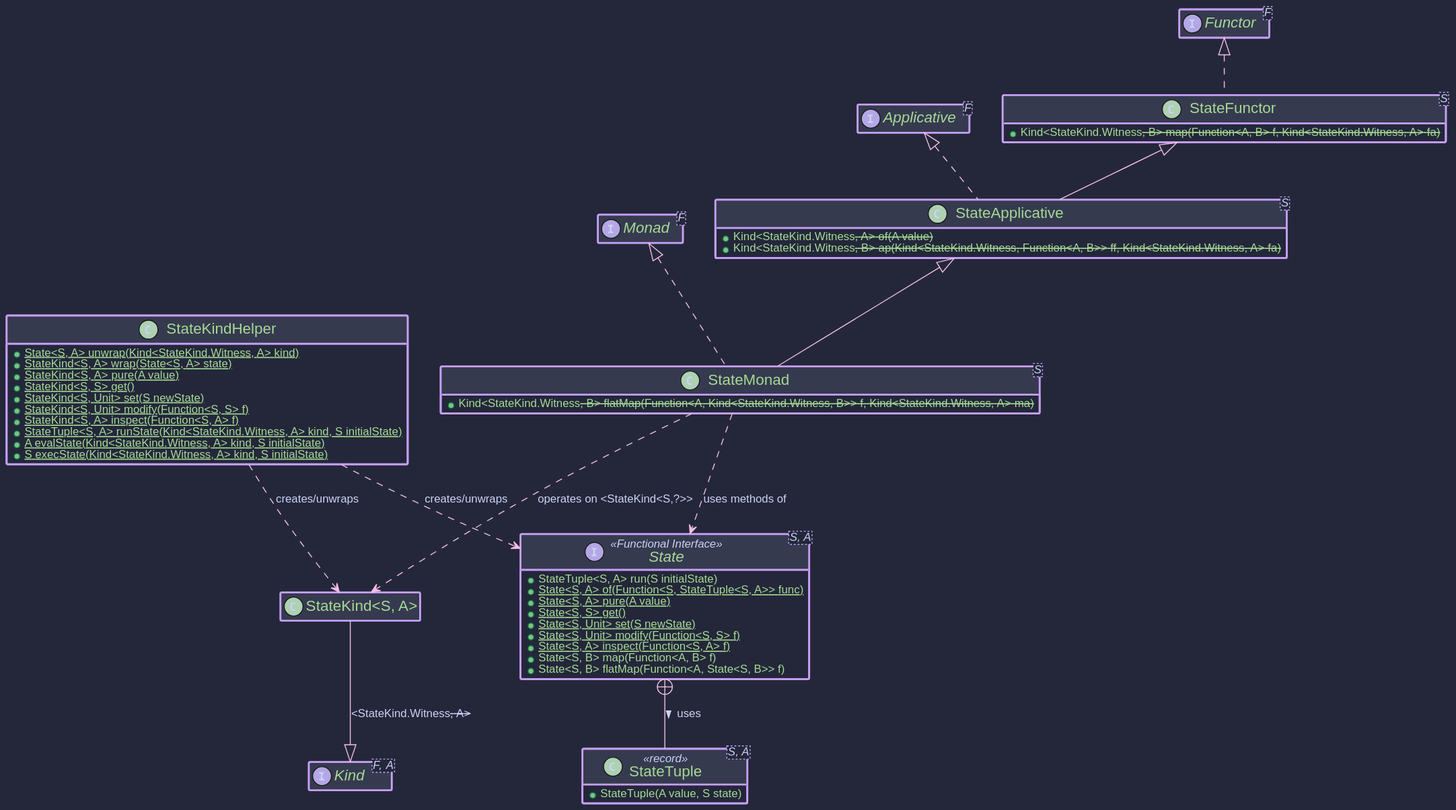
Earlier version of the PlantUML export hkj-book/src/images/puml/state_monad.svg (higher-kinded-j/higher-kinded-j).
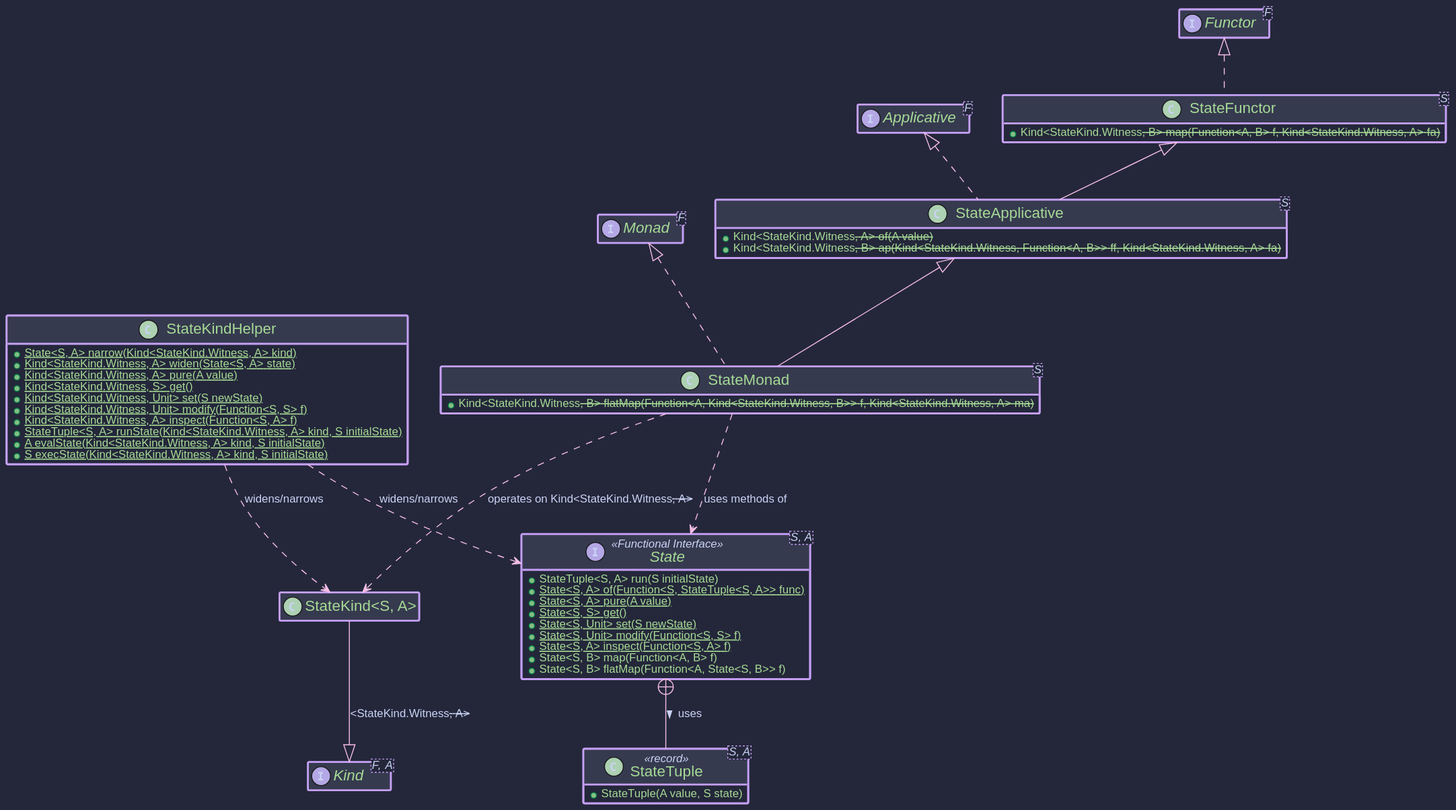
After the commit.

Diff of the diagram source:
```diff
@@ -30,13 +30,13 @@
 
 
 class StateKindHelper {
-  + {static} State<S, A> unwrap(Kind<StateKind.Witness<S>, A> kind)
-  + {static} StateKind<S, A> wrap(State<S, A> state)
-  + {static} StateKind<S, A> pure(A value)
-  + {static} StateKind<S, S> get()
-  + {static} StateKind<S, Unit> set(S newState)
-  + {static} StateKind<S, Unit> modify(Function<S, S> f)
-  + {static} StateKind<S, A> inspect(Function<S, A> f)
+  + {static} State<S, A> narrow(Kind<StateKind.Witness<S>, A> kind)
+  + {static} Kind<StateKind.Witness<S>, A> widen(State<S, A> state)
+  + {static} Kind<StateKind.Witness<S>, A> pure(A value)
+  + {static} Kind<StateKind.Witness<S>, S> get()
+  + {static} Kind<StateKind.Witness<S>, Unit> set(S newState)
+  + {static} Kind<StateKind.Witness<S>, Unit> modify(Function<S, S> f)
+  + {static} Kind<StateKind.Witness<S>, A> inspect(Function<S, A> f)
   + {static} StateTuple<S, A> runState(Kind<StateKind.Witness<S>, A> kind, S initialState)
   + {static} A evalState(Kind<StateKind.Witness<S>, A> kind, S initialState)
   + {static} S execState(Kind<StateKind.Witness<S>, A> kind, S initialState)
@@ -57,9 +57,9 @@
 "StateKind<S, A>" --|> Kind : <StateKind.Witness<S>, A>
 
 
-StateKindHelper ..> State : creates/unwraps
-StateKindHelper ..> "StateKind<S, A>" : creates/unwraps
+StateKindHelper ..> State : widens/narrows
+StateKindHelper ..> "StateKind<S, A>" : widens/narrows
 
-StateMonad ..> "StateKind<S, A>" : operates on <StateKind<S,?>>
+StateMonad ..> "StateKind<S, A>" : operates on Kind<StateKind.Witness<S>, A>
 StateMonad ..> State : uses methods of
 @enduml
```
